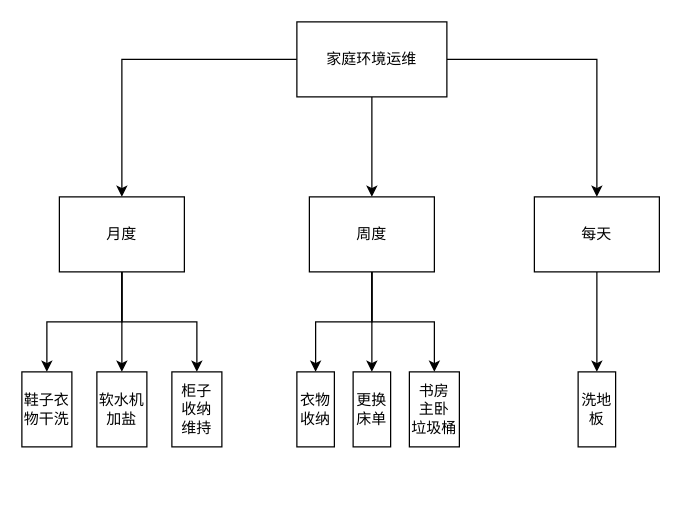
This is 周清洁.drawio from icavanyu/tools, a draw.io file, before an edit. Source tidied: cells renumbered, new cells numbered last; positions are measured from the earlier drawing's top-left corner, leaving out a move shared by most shapes. Both pictures are drawn from the tidied source at 125%, with x=0, y=0 at pixel (21, 21).
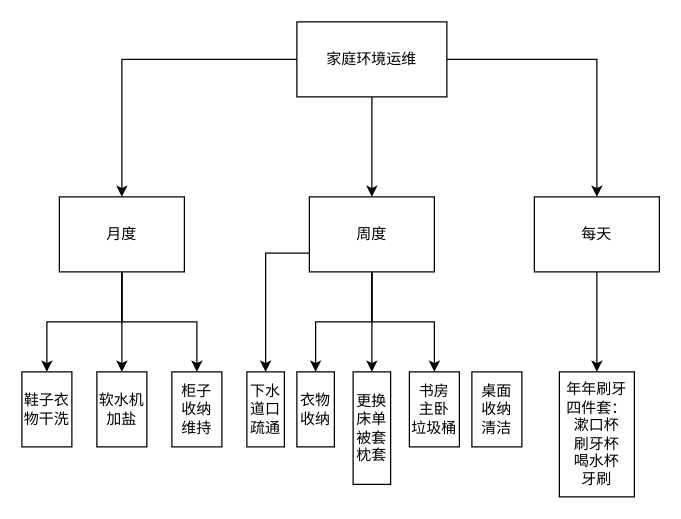
The same diagram, later.

Unchanged cells that the change refers to:
```xml
<mxCell id="13" value="周度" style="rounded=0;whiteSpace=wrap;html=1;" parent="1" vertex="1">
  <mxGeometry x="230" y="140" width="100" height="60" as="geometry" />
</mxCell>
<mxCell id="15" value="每天" style="rounded=0;whiteSpace=wrap;html=1;" parent="1" vertex="1">
  <mxGeometry x="410" y="140" width="100" height="60" as="geometry" />
</mxCell>
```

What changed in the source:
```diff
@@
+    <mxCell id="23" style="edgeStyle=orthogonalEdgeStyle;rounded=0;jettySize=auto;html=1;entryX=0.5;entryY=0;entryDx=0;entryDy=0;exitX=0;exitY=0.75;exitDx=0;exitDy=0;" parent="1" edge="1" source="13" target="26">
+      <mxGeometry relative="1" as="geometry" />
+    </mxCell>
@@
-    <mxCell id="14" style="edgeStyle=orthogonalEdgeStyle;rounded=0;jettySize=auto;html=1;entryX=0.5;entryY=0;entryDx=0;entryDy=0;" parent="1" edge="1" source="15" target="18">
-      <mxGeometry relative="1" as="geometry" />
-    </mxCell>
+    <mxCell id="24" style="edgeStyle=orthogonalEdgeStyle;rounded=0;jettySize=auto;html=1;" parent="1" edge="1" source="15" target="25">
+      <mxGeometry relative="1" as="geometry" />
+    </mxCell>
@@
-    <mxCell id="17" value="更换床单" style="rounded=0;whiteSpace=wrap;html=1;" parent="1" vertex="1">
-      <mxGeometry x="265" y="280" width="30" height="60" as="geometry" />
+    <mxCell id="17" value="更换床单&lt;div&gt;被套&lt;/div&gt;&lt;div&gt;枕套&lt;/div&gt;" style="rounded=0;whiteSpace=wrap;html=1;" parent="1" vertex="1">
+      <mxGeometry x="265" y="280" width="30" height="90" as="geometry" />
     </mxCell>
-    <mxCell id="18" value="洗地板" style="rounded=0;whiteSpace=wrap;html=1;" parent="1" vertex="1">
-      <mxGeometry x="445" y="280" width="30" height="60" as="geometry" />
-    </mxCell>
@@
+    <mxCell id="25" value="&lt;div&gt;年年刷牙四件套：&lt;/div&gt;漱口杯&lt;div&gt;刷牙杯&lt;/div&gt;&lt;div&gt;喝水杯&lt;/div&gt;&lt;div&gt;牙刷&lt;/div&gt;" style="rounded=0;whiteSpace=wrap;html=1;" parent="1" vertex="1">
+      <mxGeometry x="430" y="280" width="60" height="100" as="geometry" />
+    </mxCell>
+    <mxCell id="26" value="下水道口疏通" style="rounded=0;whiteSpace=wrap;html=1;" parent="1" vertex="1">
+      <mxGeometry x="180" y="280" width="30" height="60" as="geometry" />
+    </mxCell>
+    <mxCell id="27" value="桌面&lt;div&gt;收纳&lt;/div&gt;&lt;div&gt;清洁&lt;/div&gt;" style="rounded=0;whiteSpace=wrap;html=1;" parent="1" vertex="1">
+      <mxGeometry x="360" y="280" width="40" height="60" as="geometry" />
+    </mxCell>
```
